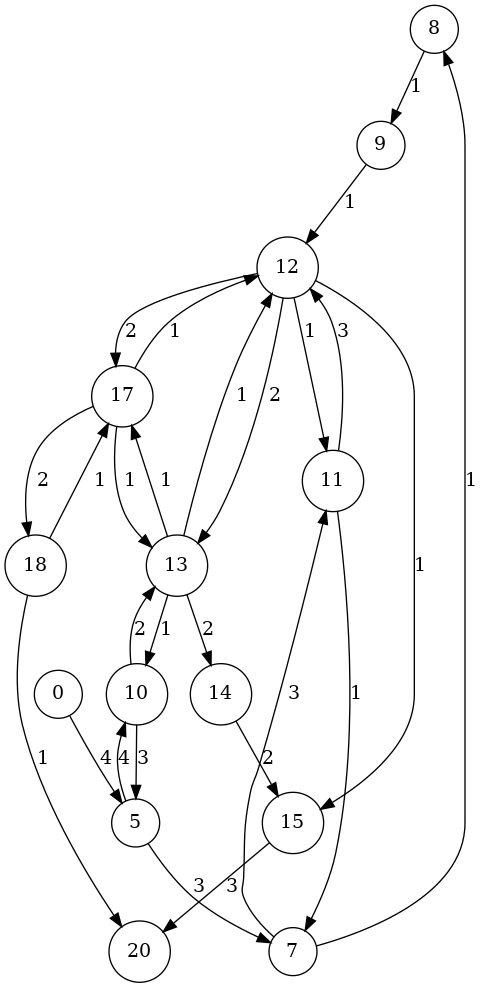
Earlier version of the Graphviz export figures/grapha.png (kaygun/ford-fulkerson). Its source is kept beside it as figures/grapha.dot.
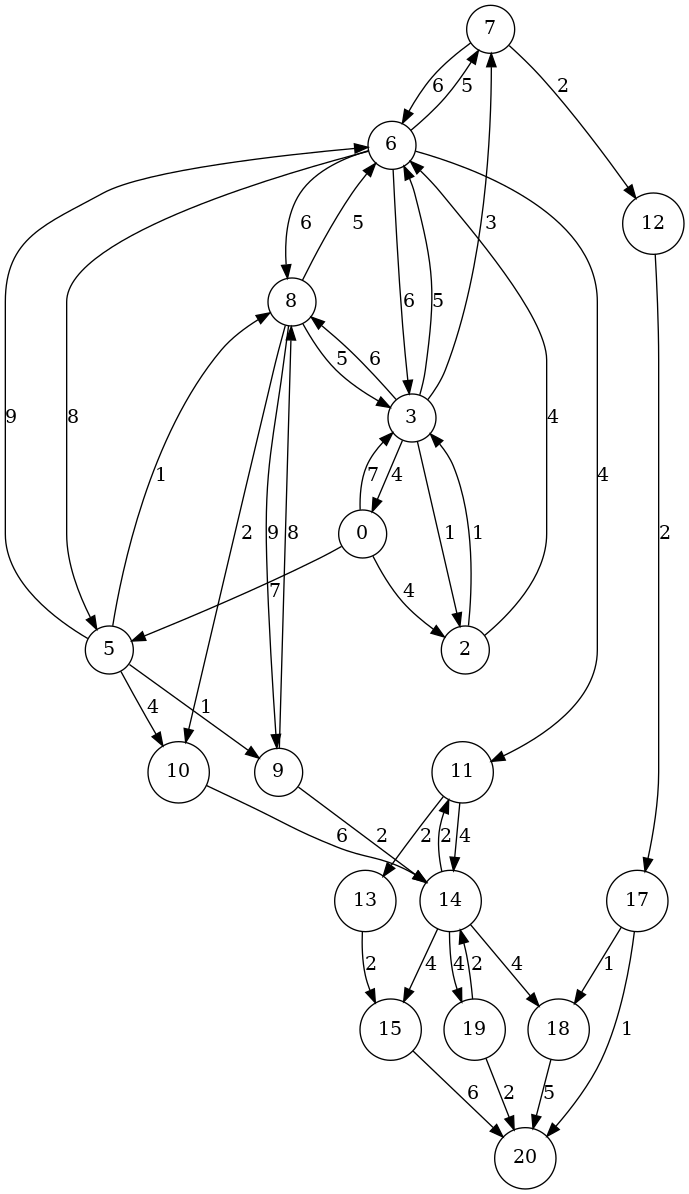
After the commit.

Change to the diagram source:
```diff
@@ -1,29 +1,45 @@
 digraph G {
 node[shape=circle];
-"8" -> "9" [label=1];
-"10" -> "5" [label=3];
-"7" -> "11" [label=3];
+"7" -> "6" [label=6];
+"9" -> "8" [label=8];
+"10" -> "14" [label=6];
+"8" -> "9" [label=9];
+"7" -> "12" [label=2];
+"13" -> "15" [label=2];
 "12" -> "17" [label=2];
-"10" -> "13" [label=2];
-"12" -> "13" [label=2];
-"13" -> "12" [label=1];
+"2" -> "3" [label=1];
+"6" -> "7" [label=5];
+"8" -> "3" [label=5];
 "5" -> "10" [label=4];
-"0" -> "5" [label=4];
-"17" -> "18" [label=2];
-"17" -> "12" [label=1];
-"7" -> "8" [label=1];
-"9" -> "12" [label=1];
-"15" -> "20" [label=3];
-"14" -> "15" [label=2];
-"5" -> "7" [label=3];
-"11" -> "12" [label=3];
-"12" -> "11" [label=1];
-"18" -> "17" [label=1];
-"13" -> "17" [label=1];
-"12" -> "15" [label=1];
-"11" -> "7" [label=1];
-"17" -> "13" [label=1];
-"13" -> "10" [label=1];
-"18" -> "20" [label=1];
-"13" -> "14" [label=2];
+"6" -> "3" [label=6];
+"0" -> "5" [label=7];
+"17" -> "18" [label=1];
+"11" -> "14" [label=4];
+"8" -> "6" [label=5];
+"3" -> "0" [label=4];
+"11" -> "13" [label=2];
+"8" -> "10" [label=2];
+"14" -> "19" [label=4];
+"6" -> "5" [label=8];
+"15" -> "20" [label=6];
+"14" -> "15" [label=4];
+"9" -> "14" [label=2];
+"0" -> "3" [label=7];
+"5" -> "6" [label=9];
+"5" -> "8" [label=1];
+"14" -> "11" [label=2];
+"6" -> "8" [label=6];
+"6" -> "11" [label=4];
+"5" -> "9" [label=1];
+"3" -> "6" [label=5];
+"19" -> "14" [label=2];
+"0" -> "2" [label=4];
+"14" -> "18" [label=4];
+"3" -> "8" [label=6];
+"3" -> "7" [label=3];
+"2" -> "6" [label=4];
+"18" -> "20" [label=5];
+"3" -> "2" [label=1];
+"19" -> "20" [label=2];
+"17" -> "20" [label=1];
 }
```
